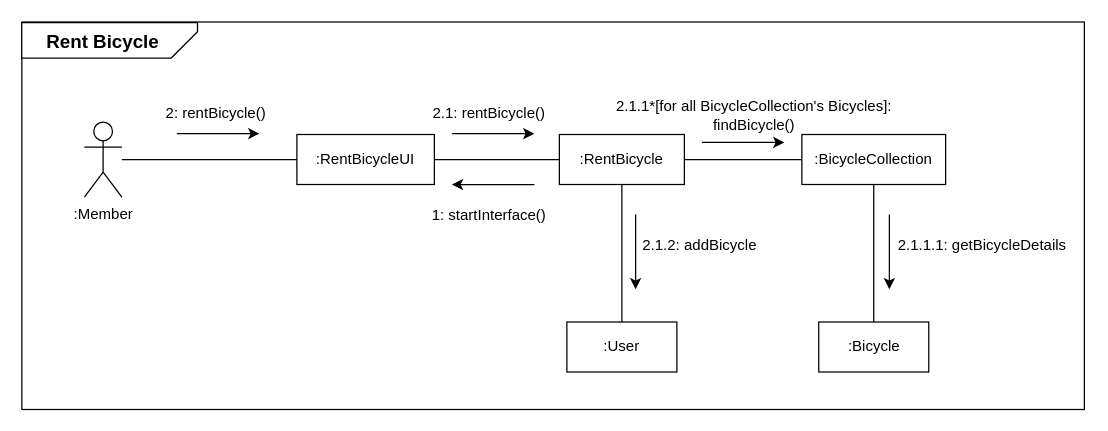
The draw.io diagram RentBicycle_Communication_Diagram.drawio in MODUGGAGI/homework, before the edit. Source tidied: cells renumbered, new cells numbered last; positions are measured from the earlier drawing's top-left corner, leaving out a move shared by most shapes. Both pictures are drawn from the tidied source at 125%, with x=0, y=0 at pixel (21, -49).
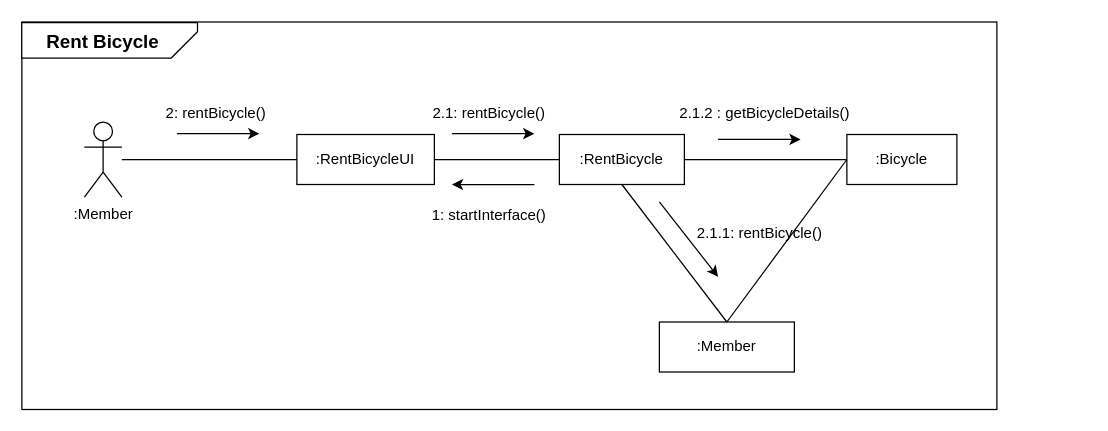
The same diagram, later.

The change refers to these unchanged cells:
```xml
<mxCell id="5" value=":RentBicycle" style="rounded=0;whiteSpace=wrap;html=1;" parent="1" vertex="1">
  <mxGeometry x="430" y="146.1" width="100" height="40" as="geometry" />
</mxCell>
```

The edit, as a diff of the source:
```diff
@@
     <mxCell id="2" style="rounded=0;whiteSpace=wrap;html=1;" parent="1" vertex="1">
-      <mxGeometry y="56.1" width="850" height="310" as="geometry" />
+      <mxGeometry y="56.1" width="780" height="310" as="geometry" />
     </mxCell>
@@
-    <mxCell id="8" value=":BicycleCollection" style="rounded=0;whiteSpace=wrap;html=1;" parent="1" vertex="1">
-      <mxGeometry x="624" y="146.1" width="115" height="40" as="geometry" />
+    <mxCell id="8" value=":Member" style="rounded=0;whiteSpace=wrap;html=1;" parent="1" vertex="1">
+      <mxGeometry x="510" y="296.1" width="108" height="40" as="geometry" />
     </mxCell>
-    <mxCell id="9" style="endArrow=none;html=1;rounded=0;entryX=1;entryY=0.5;entryDx=0;entryDy=0;exitX=0;exitY=0.5;exitDx=0;exitDy=0;" parent="1" edge="1" source="8" target="5">
-      <mxGeometry relative="1" as="geometry" />
-    </mxCell>
@@
     <mxCell id="12" value=":Bicycle" style="rounded=0;whiteSpace=wrap;html=1;" parent="1" vertex="1">
-      <mxGeometry x="637.5" y="296.1" width="88" height="40" as="geometry" />
+      <mxGeometry x="660" y="146.1" width="88" height="40" as="geometry" />
     </mxCell>
-    <mxCell id="13" style="endArrow=none;html=1;rounded=0;exitX=0.5;exitY=1;exitDx=0;exitDy=0;entryX=0.5;entryY=0;entryDx=0;entryDy=0;" parent="1" edge="1" source="8" target="12">
-      <mxGeometry relative="1" as="geometry" />
-    </mxCell>
@@
-    <mxCell id="17" style="endArrow=classic;html=1;rounded=0;" parent="1" edge="1">
-      <mxGeometry relative="1" as="geometry">
-        <mxPoint x="544" y="152.4" as="sourcePoint" />
-        <mxPoint x="610" y="152.4" as="targetPoint" />
-      </mxGeometry>
-    </mxCell>
-    <mxCell id="18" value="2.1.1.1: getBicycleDetails" style="text;html=1;align=center;verticalAlign=middle;whiteSpace=wrap;rounded=0;" parent="1" vertex="1">
-      <mxGeometry x="697" y="220" width="143" height="30" as="geometry" />
+    <mxCell id="18" value="2.1.2 : getBicycleDetails()" style="text;html=1;align=center;verticalAlign=middle;whiteSpace=wrap;rounded=0;" parent="1" vertex="1">
+      <mxGeometry x="519" y="114.1" width="151" height="30" as="geometry" />
     </mxCell>
@@
     <mxCell id="20" style="endArrow=classic;html=1;rounded=0;" parent="1" edge="1">
       <mxGeometry relative="1" as="geometry">
-        <mxPoint x="694" y="210" as="sourcePoint" />
-        <mxPoint x="694" y="270" as="targetPoint" />
+        <mxPoint x="510" y="200" as="sourcePoint" />
+        <mxPoint x="557" y="260" as="targetPoint" />
       </mxGeometry>
     </mxCell>
-    <mxCell id="21" value="2.1.1*[for all BicycleCollection's Bicycles]: findBicycle()" style="text;html=1;align=center;verticalAlign=middle;whiteSpace=wrap;rounded=0;" parent="1" vertex="1">
-      <mxGeometry x="470.5" y="116.1" width="229.5" height="30" as="geometry" />
-    </mxCell>
@@
-    <mxCell id="24" value=":User" style="rounded=0;whiteSpace=wrap;html=1;" parent="1" vertex="1">
-      <mxGeometry x="436" y="296.1" width="88" height="40" as="geometry" />
-    </mxCell>
-    <mxCell id="25" style="endArrow=none;html=1;rounded=0;entryX=0.5;entryY=1;entryDx=0;entryDy=0;exitX=0.5;exitY=0;exitDx=0;exitDy=0;" parent="1" edge="1" source="24" target="5">
+    <mxCell id="25" style="endArrow=none;html=1;rounded=0;entryX=0.5;entryY=1;entryDx=0;entryDy=0;exitX=0.5;exitY=0;exitDx=0;exitDy=0;" parent="1" edge="1" source="8" target="5">
       <mxGeometry relative="1" as="geometry" />
     </mxCell>
-    <mxCell id="26" style="endArrow=classic;html=1;rounded=0;" parent="1" edge="1">
-      <mxGeometry relative="1" as="geometry">
-        <mxPoint x="491" y="210" as="sourcePoint" />
-        <mxPoint x="491" y="270" as="targetPoint" />
-      </mxGeometry>
-    </mxCell>
-    <mxCell id="27" value="2.1.2: addBicycle" style="text;html=1;align=center;verticalAlign=middle;whiteSpace=wrap;rounded=0;" parent="1" vertex="1">
-      <mxGeometry x="470.5" y="220" width="143" height="30" as="geometry" />
+    <mxCell id="27" value="2.1.1: rentBicycle()" style="text;html=1;align=center;verticalAlign=middle;whiteSpace=wrap;rounded=0;" parent="1" vertex="1">
+      <mxGeometry x="519" y="210" width="143" height="30" as="geometry" />
     </mxCell>
+    <mxCell id="28" style="endArrow=none;html=1;rounded=0;entryX=1;entryY=0.5;entryDx=0;entryDy=0;exitX=0;exitY=0.5;exitDx=0;exitDy=0;" parent="1" edge="1" source="12" target="5">
+      <mxGeometry relative="1" as="geometry" />
+    </mxCell>
+    <mxCell id="29" style="endArrow=classic;html=1;rounded=0;" parent="1" edge="1">
+      <mxGeometry relative="1" as="geometry">
+        <mxPoint x="557" y="150" as="sourcePoint" />
+        <mxPoint x="623" y="150" as="targetPoint" />
+      </mxGeometry>
+    </mxCell>
+    <mxCell id="13" style="endArrow=none;html=1;rounded=0;entryX=0;entryY=0.5;entryDx=0;entryDy=0;exitX=0.5;exitY=0;exitDx=0;exitDy=0;" parent="1" edge="1" source="8" target="12">
+      <mxGeometry relative="1" as="geometry" />
+    </mxCell>
```
